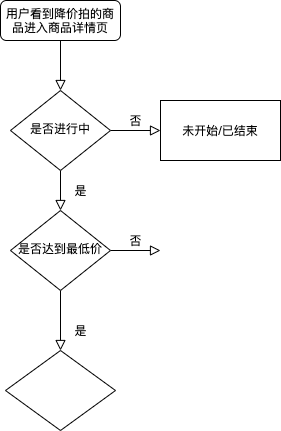
Above: 未命名绘图.png in lay-zhou/diagrams.net (draw.io), before the change. Source tidied: cells renumbered, new cells last; positions are measured from the earlier drawing's top-left corner, leaving out a move shared by most shapes.
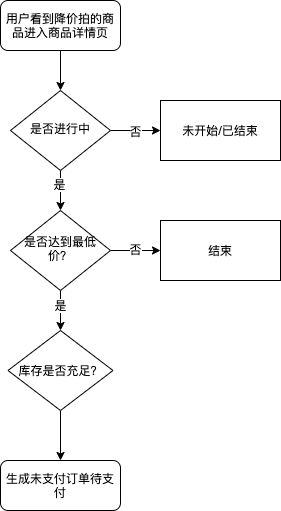
Later version of the same file.

Commit message:
更新未命名绘图.png

The edit, as a diff of the source:
```diff
@@ -2,41 +2,58 @@
   <root>
     <mxCell id="0" />
     <mxCell id="1" parent="0" />
-    <mxCell id="2" style="rounded=0;html=1;jettySize=auto;fontSize=11;endArrow=block;endFill=0;endSize=8;strokeWidth=1;shadow=0;labelBackgroundColor=none;edgeStyle=orthogonalEdgeStyle;" parent="1" edge="1" source="3" target="6">
+    <mxCell id="2" style="edgeStyle=orthogonalEdgeStyle;rounded=0;jettySize=auto;html=1;" parent="1" edge="1" source="3" target="6">
       <mxGeometry relative="1" as="geometry" />
     </mxCell>
     <mxCell id="3" value="用户看到降价拍的商品进入商品详情页" style="rounded=1;whiteSpace=wrap;html=1;fontSize=12;glass=0;strokeWidth=1;shadow=0;" parent="1" vertex="1">
-      <mxGeometry width="120" height="40" as="geometry" />
+      <mxGeometry width="120" height="50" as="geometry" />
     </mxCell>
-    <mxCell id="4" value="是" style="rounded=0;html=1;jettySize=auto;fontSize=11;endArrow=block;endFill=0;endSize=8;strokeWidth=1;shadow=0;labelBackgroundColor=none;edgeStyle=orthogonalEdgeStyle;" parent="1" edge="1" source="6" target="9">
-      <mxGeometry y="20" relative="1" as="geometry" />
+    <mxCell id="4" style="edgeStyle=orthogonalEdgeStyle;rounded=0;jettySize=auto;html=1;exitX=0.5;exitY=1;exitDx=0;exitDy=0;entryX=0.5;entryY=0;entryDx=0;entryDy=0;" parent="1" edge="1" source="6" target="9">
+      <mxGeometry relative="1" as="geometry" />
     </mxCell>
-    <mxCell id="5" value="否" style="edgeStyle=orthogonalEdgeStyle;rounded=0;html=1;jettySize=auto;fontSize=11;endArrow=block;endFill=0;endSize=8;strokeWidth=1;shadow=0;labelBackgroundColor=none;" parent="1" edge="1" source="6">
-      <mxGeometry y="10" relative="1" as="geometry">
-        <mxPoint x="160" y="130" as="targetPoint" />
-      </mxGeometry>
-    </mxCell>
+    <mxCell id="12" value="是" style="edgeLabel;html=1;align=center;verticalAlign=middle;" parent="4" vertex="1">
+      <mxGeometry x="-0.35" y="-2" relative="1" as="geometry" />
+    </mxCell>
+    <mxCell id="13" style="edgeStyle=orthogonalEdgeStyle;rounded=0;jettySize=auto;html=1;exitX=1;exitY=0.5;exitDx=0;exitDy=0;entryX=0;entryY=0.5;entryDx=0;entryDy=0;" parent="1" edge="1" source="6" target="10">
+      <mxGeometry relative="1" as="geometry" />
+    </mxCell>
+    <mxCell id="14" value="否" style="edgeLabel;html=1;align=center;verticalAlign=middle;" parent="13" vertex="1">
+      <mxGeometry x="-0.04" relative="1" as="geometry" />
+    </mxCell>
     <mxCell id="6" value="是否进行中" style="rhombus;whiteSpace=wrap;html=1;shadow=0;fontFamily=Helvetica;fontSize=12;align=center;strokeWidth=1;spacing=6;spacingTop=-4;" parent="1" vertex="1">
       <mxGeometry x="10" y="90" width="100" height="80" as="geometry" />
     </mxCell>
-    <mxCell id="7" value="是" style="rounded=0;html=1;jettySize=auto;fontSize=11;endArrow=block;endFill=0;endSize=8;strokeWidth=1;shadow=0;labelBackgroundColor=none;edgeStyle=orthogonalEdgeStyle;" parent="1" edge="1" source="9">
-      <mxGeometry x="0.33" y="20" relative="1" as="geometry">
-        <mxPoint x="60" y="350" as="targetPoint" />
-      </mxGeometry>
-    </mxCell>
-    <mxCell id="8" value="否" style="edgeStyle=orthogonalEdgeStyle;rounded=0;html=1;jettySize=auto;fontSize=11;endArrow=block;endFill=0;endSize=8;strokeWidth=1;shadow=0;labelBackgroundColor=none;" parent="1" edge="1" source="9">
-      <mxGeometry y="10" relative="1" as="geometry">
-        <mxPoint x="160" y="250" as="targetPoint" />
-      </mxGeometry>
-    </mxCell>
+    <mxCell id="15" style="edgeStyle=orthogonalEdgeStyle;rounded=0;jettySize=auto;html=1;exitX=0.5;exitY=1;exitDx=0;exitDy=0;entryX=0.5;entryY=0;entryDx=0;entryDy=0;" parent="1" edge="1" source="9" target="11">
+      <mxGeometry relative="1" as="geometry" />
+    </mxCell>
+    <mxCell id="16" value="是" style="edgeLabel;html=1;align=center;verticalAlign=middle;" parent="15" vertex="1">
+      <mxGeometry x="-0.3" y="-1" relative="1" as="geometry" />
+    </mxCell>
+    <mxCell id="17" style="edgeStyle=orthogonalEdgeStyle;rounded=0;jettySize=auto;html=1;exitX=1;exitY=0.5;exitDx=0;exitDy=0;entryX=0;entryY=0.5;entryDx=0;entryDy=0;" parent="1" edge="1" source="9" target="20">
+      <mxGeometry relative="1" as="geometry" />
+    </mxCell>
+    <mxCell id="18" value="否" style="edgeLabel;html=1;align=center;verticalAlign=middle;" parent="17" vertex="1">
+      <mxGeometry x="-0.04" y="2" relative="1" as="geometry" />
+    </mxCell>
-    <mxCell id="9" value="是否达到最低价" style="rhombus;whiteSpace=wrap;html=1;shadow=0;fontFamily=Helvetica;fontSize=12;align=center;strokeWidth=1;spacing=6;spacingTop=-4;" parent="1" vertex="1">
+    <mxCell id="9" value="是否达到最低价？" style="rhombus;whiteSpace=wrap;html=1;shadow=0;fontFamily=Helvetica;fontSize=12;align=center;strokeWidth=1;spacing=6;spacingTop=-4;" parent="1" vertex="1">
       <mxGeometry x="10" y="210" width="100" height="80" as="geometry" />
     </mxCell>
     <mxCell id="10" value="未开始/已结束" style="rounded=0;whiteSpace=wrap;html=1;" parent="1" vertex="1">
       <mxGeometry x="160" y="100" width="120" height="60" as="geometry" />
     </mxCell>
+    <mxCell id="19" style="edgeStyle=orthogonalEdgeStyle;rounded=0;jettySize=auto;html=1;exitX=0.5;exitY=1;exitDx=0;exitDy=0;entryX=0.5;entryY=0;entryDx=0;entryDy=0;" parent="1" edge="1" source="11">
+      <mxGeometry relative="1" as="geometry">
+        <mxPoint x="60" y="460" as="targetPoint" />
+      </mxGeometry>
+    </mxCell>
-    <mxCell id="11" style="rhombus;whiteSpace=wrap;html=1;" parent="1" vertex="1">
-      <mxGeometry x="5" y="350" width="110" height="80" as="geometry" />
+    <mxCell id="11" value="库存是否充足？" style="rhombus;whiteSpace=wrap;html=1;" parent="1" vertex="1">
+      <mxGeometry x="7.5" y="330" width="105" height="80" as="geometry" />
     </mxCell>
+    <mxCell id="20" value="结束" style="rounded=0;whiteSpace=wrap;html=1;" parent="1" vertex="1">
+      <mxGeometry x="160" y="220" width="120" height="60" as="geometry" />
+    </mxCell>
+    <mxCell id="21" value="生成未支付订单待支付" style="rounded=1;whiteSpace=wrap;html=1;fontSize=12;glass=0;strokeWidth=1;shadow=0;" parent="1" vertex="1">
+      <mxGeometry y="460" width="120" height="50" as="geometry" />
+    </mxCell>
   </root>
 </mxGraphModel>
```
